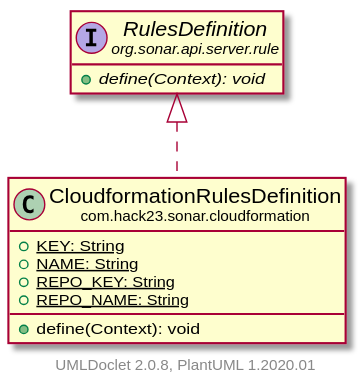
Earlier version of the PlantUML export apidocs/com/hack23/sonar/cloudformation/CloudformationRulesDefinition.svg (Hack23/sonar-cloudformation-plugin).
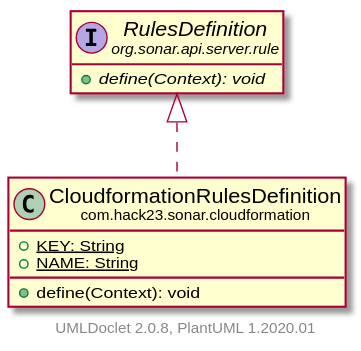
After the change.

Diff of the diagram source:
```diff
@@ -6,8 +6,6 @@
     class "<size:14>CloudformationRulesDefinition\n<size:10>com.hack23.sonar.cloudformation" as com.hack23.sonar.cloudformation.CloudformationRulesDefinition [[CloudformationRulesDefinition.html]] {
         {static} +KEY: String
         {static} +NAME: String
-        {static} +REPO_KEY: String
-        {static} +REPO_NAME: String
         +define(Context): void
     }
 
```
